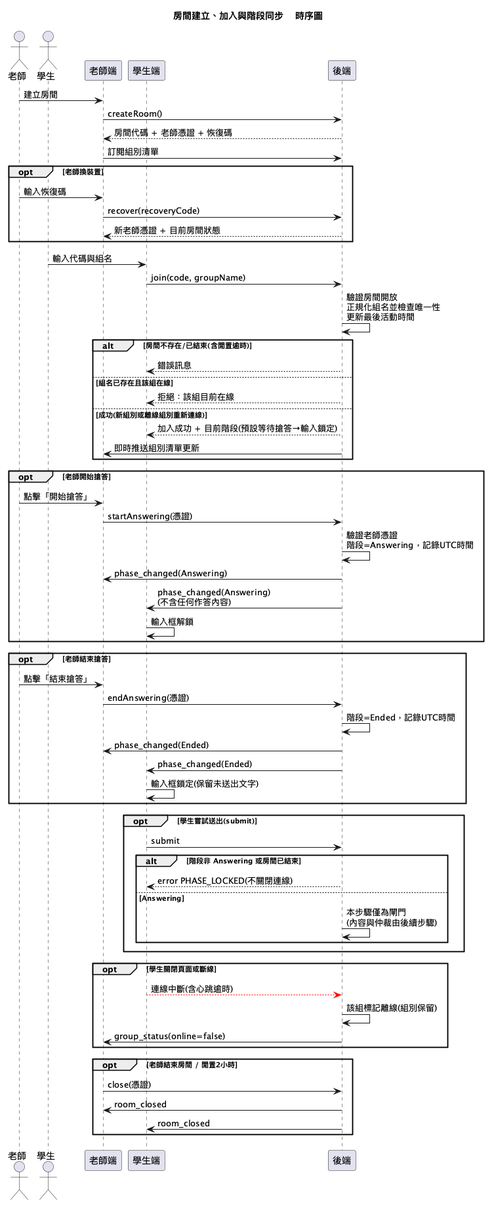
This is diagrams/sequence.png from lin900822/ncu-se-final, a PlantUML export, as it was before one commit.
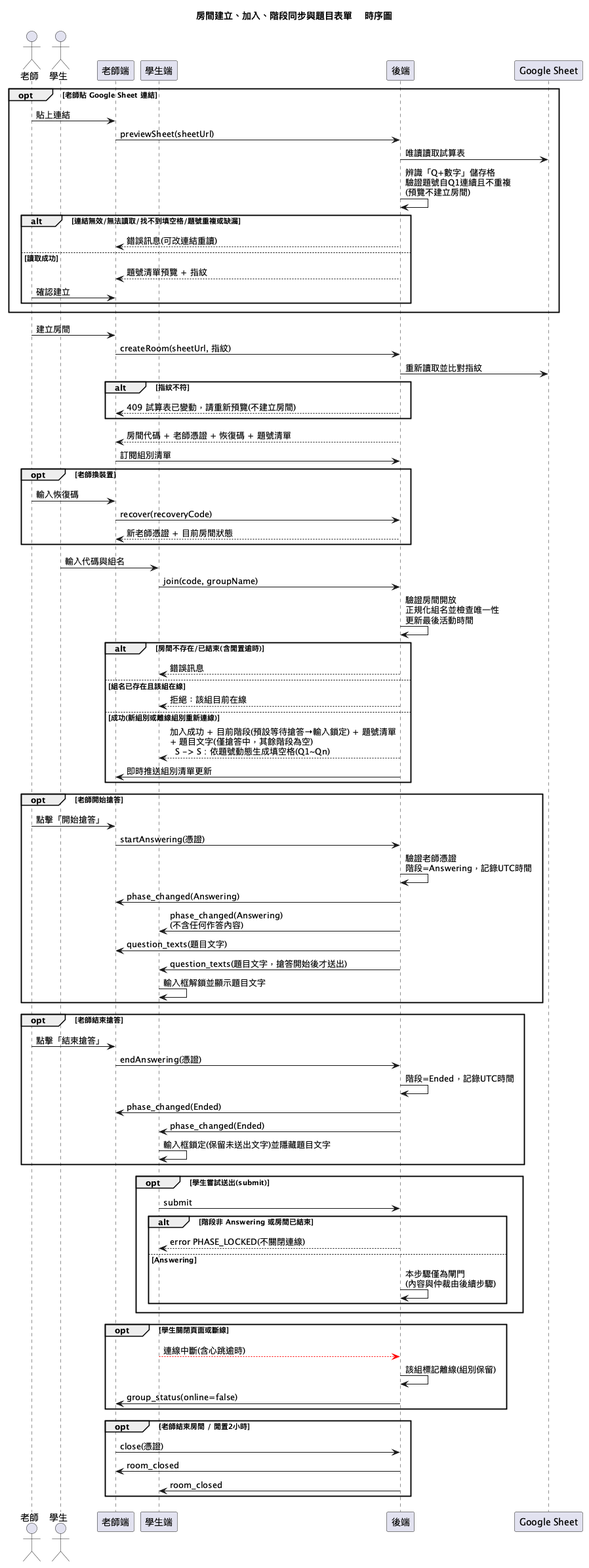
The same diagram one commit later.

Change to the diagram source:
```diff
@@ -1,13 +1,30 @@
 @startuml sequence
-title 房間建立、加入與階段同步 - 時序圖
+title 房間建立、加入、階段同步與題目表單 - 時序圖
 actor 老師
 actor 學生
 participant "老師端" as T
 participant "學生端" as S
 participant "後端" as B
+participant "Google Sheet" as G
+opt 老師貼 Google Sheet 連結
+  老師 -> T : 貼上連結
+  T -> B : previewSheet(sheetUrl)
+  B -> G : 唯讀讀取試算表
+  B -> B : 辨識「Q+數字」儲存格\n驗證題號自Q1連續且不重複\n(預覽不建立房間)
+  alt 連結無效/無法讀取/找不到填空格/題號重複或缺漏
+    B --> T : 錯誤訊息(可改連結重讀)
+  else 讀取成功
+    B --> T : 題號清單預覽 + 指紋
+    老師 -> T : 確認建立
+  end
+end
 老師 -> T : 建立房間
-T -> B : createRoom()
-B --> T : 房間代碼 + 老師憑證 + 恢復碼
+T -> B : createRoom(sheetUrl, 指紋)
+B -> G : 重新讀取並比對指紋
+alt 指紋不符
+  B --> T : 409 試算表已變動，請重新預覽(不建立房間)
+end
+B --> T : 房間代碼 + 老師憑證 + 恢復碼 + 題號清單
 T -> B : 訂閱組別清單
 opt 老師換裝置
   老師 -> T : 輸入恢復碼
@@ -22,7 +39,7 @@
 else 組名已存在且該組在線
   B --> S : 拒絕：該組目前在線
 else 成功(新組別或離線組別重新連線)
-  B --> S : 加入成功 + 目前階段(預設等待搶答→輸入鎖定)
+  B --> S : 加入成功 + 目前階段(預設等待搶答→輸入鎖定) + 題號清單\n+ 題目文字(僅搶答中，其餘階段為空)\n  S -> S : 依題號動態生成填空格(Q1~Qn)
   B -> T : 即時推送組別清單更新
 end
 opt 老師開始搶答
@@ -31,7 +48,9 @@
   B -> B : 驗證老師憑證\n階段=Answering，記錄UTC時間
   B -> T : phase_changed(Answering)
   B -> S : phase_changed(Answering)\n(不含任何作答內容)
-  S -> S : 輸入框解鎖
+  B -> T : question_texts(題目文字)
+  B -> S : question_texts(題目文字，搶答開始後才送出)
+  S -> S : 輸入框解鎖並顯示題目文字
 end
 opt 老師結束搶答
   老師 -> T : 點擊「結束搶答」
@@ -39,7 +58,7 @@
   B -> B : 階段=Ended，記錄UTC時間
   B -> T : phase_changed(Ended)
   B -> S : phase_changed(Ended)
-  S -> S : 輸入框鎖定(保留未送出文字)
+  S -> S : 輸入框鎖定(保留未送出文字)並隱藏題目文字
 end
 opt 學生嘗試送出(submit)
   S -> B : submit
```
